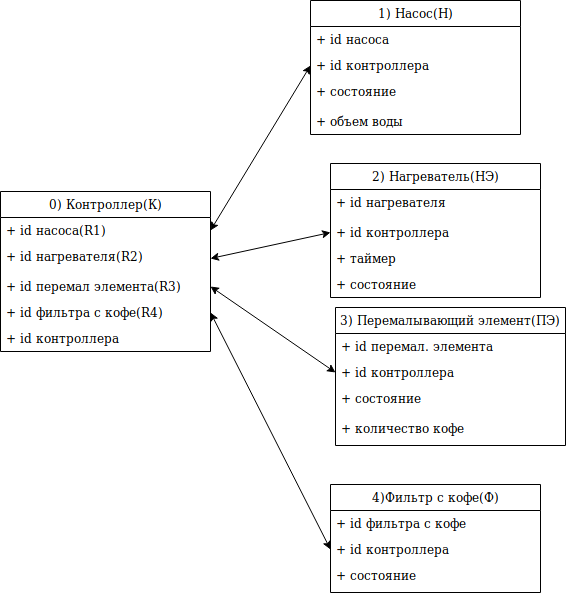
Before: oop/oop5/ER.png, a diagram exported from draw.io (ansushina/sem4). Source tidied: cells renumbered, new cells last; positions are measured from the earlier drawing's top-left corner, leaving out a move shared by most shapes.
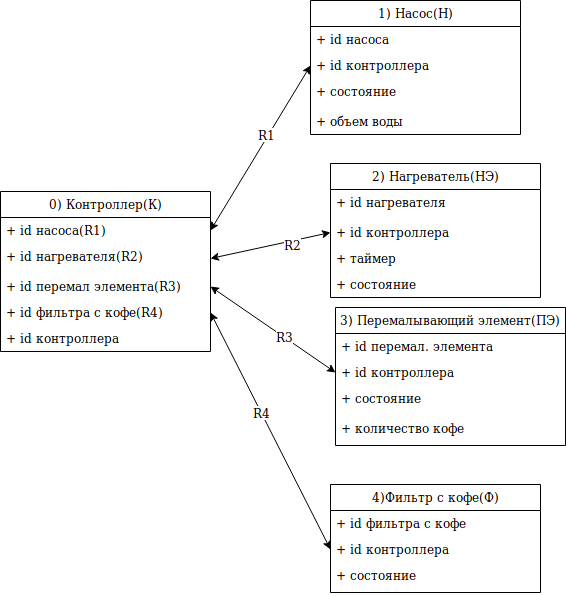
After the change.

What changed in the source:
```diff
@@ -80,14 +80,26 @@
     <mxCell id="27" style="endArrow=classic;startArrow=classic;html=1;exitX=1;exitY=0.5;exitDx=0;exitDy=0;entryX=0;entryY=0.5;entryDx=0;entryDy=0;" parent="1" edge="1" source="3" target="10">
       <mxGeometry relative="1" as="geometry" />
     </mxCell>
+    <mxCell id="31" value="R1" style="text;html=1;align=center;verticalAlign=middle;labelBackgroundColor=#ffffff;" parent="27" vertex="1">
+      <mxGeometry x="0.16" y="2" relative="1" as="geometry" />
+    </mxCell>
     <mxCell id="28" style="endArrow=classic;startArrow=classic;html=1;exitX=1;exitY=0.5;exitDx=0;exitDy=0;entryX=0;entryY=0.5;entryDx=0;entryDy=0;" parent="1" edge="1" source="4" target="15">
       <mxGeometry relative="1" as="geometry" />
     </mxCell>
+    <mxCell id="32" value="R2" style="text;html=1;align=center;verticalAlign=middle;labelBackgroundColor=#ffffff;" parent="28" vertex="1">
+      <mxGeometry x="0.36" y="-3" relative="1" as="geometry" />
+    </mxCell>
     <mxCell id="29" style="endArrow=classic;startArrow=classic;html=1;exitX=1;exitY=0.5;exitDx=0;exitDy=0;entryX=0;entryY=0.5;entryDx=0;entryDy=0;" parent="1" edge="1" source="5" target="24">
       <mxGeometry relative="1" as="geometry" />
     </mxCell>
+    <mxCell id="33" value="R3" style="text;html=1;align=center;verticalAlign=middle;labelBackgroundColor=#ffffff;" parent="29" vertex="1">
+      <mxGeometry x="0.18" y="1" relative="1" as="geometry" />
+    </mxCell>
     <mxCell id="30" style="endArrow=classic;startArrow=classic;html=1;exitX=1;exitY=0.5;exitDx=0;exitDy=0;entryX=0;entryY=0.5;entryDx=0;entryDy=0;" parent="1" edge="1" source="6" target="20">
       <mxGeometry relative="1" as="geometry" />
     </mxCell>
+    <mxCell id="34" value="R4" style="text;html=1;align=center;verticalAlign=middle;labelBackgroundColor=#ffffff;" parent="30" vertex="1">
+      <mxGeometry x="-0.15" relative="1" as="geometry" />
+    </mxCell>
   </root>
 </mxGraphModel>
```
